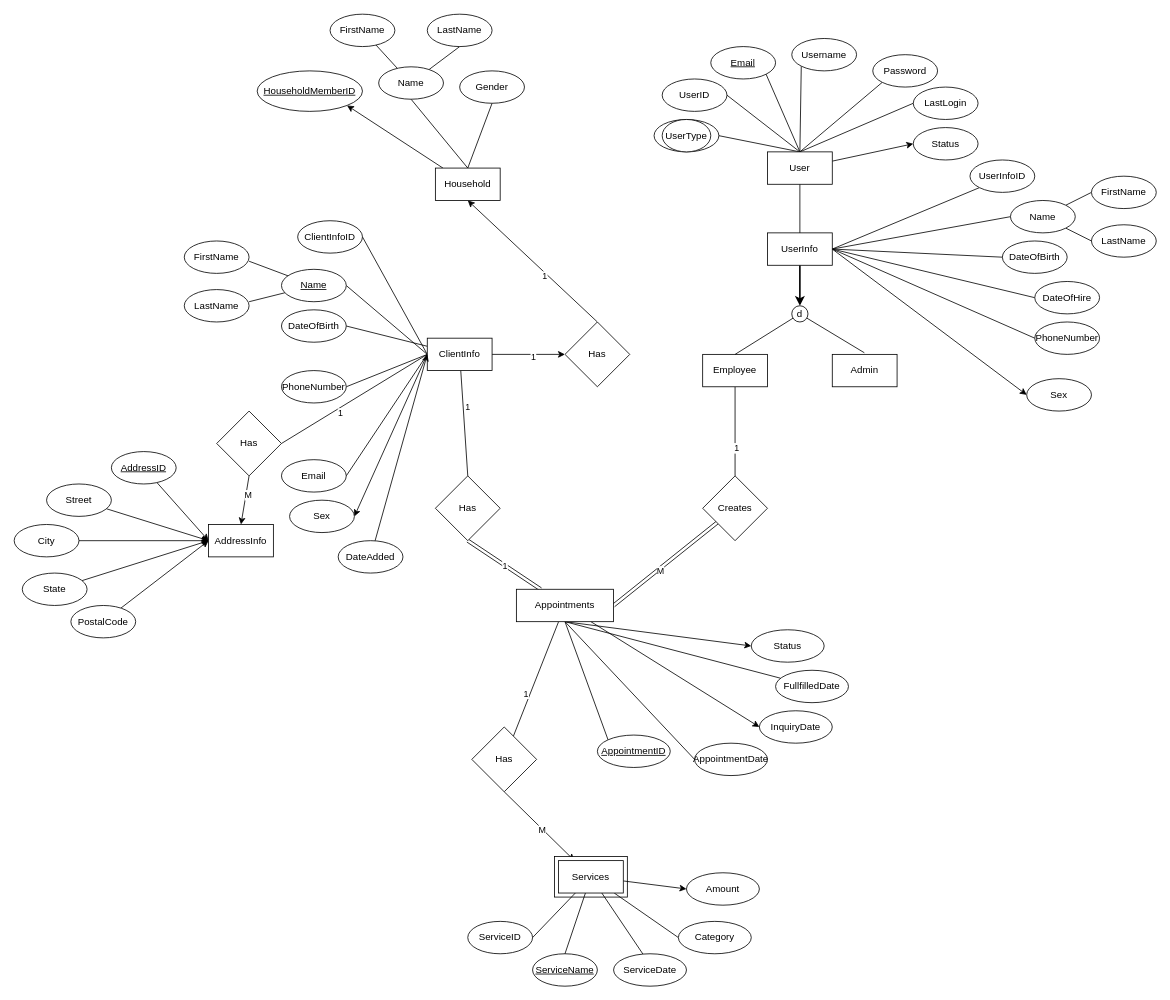
This is docs/EER Client-intake-wa.drawio from cjonikes/client-intake-wa, a draw.io file, before an edit. Source tidied: cells renumbered, new cells numbered last; positions are measured from the earlier drawing's top-left corner, leaving out a move shared by most shapes. Both pictures are drawn from the tidied source at 81%, with x=0, y=0 at pixel (14, 14).
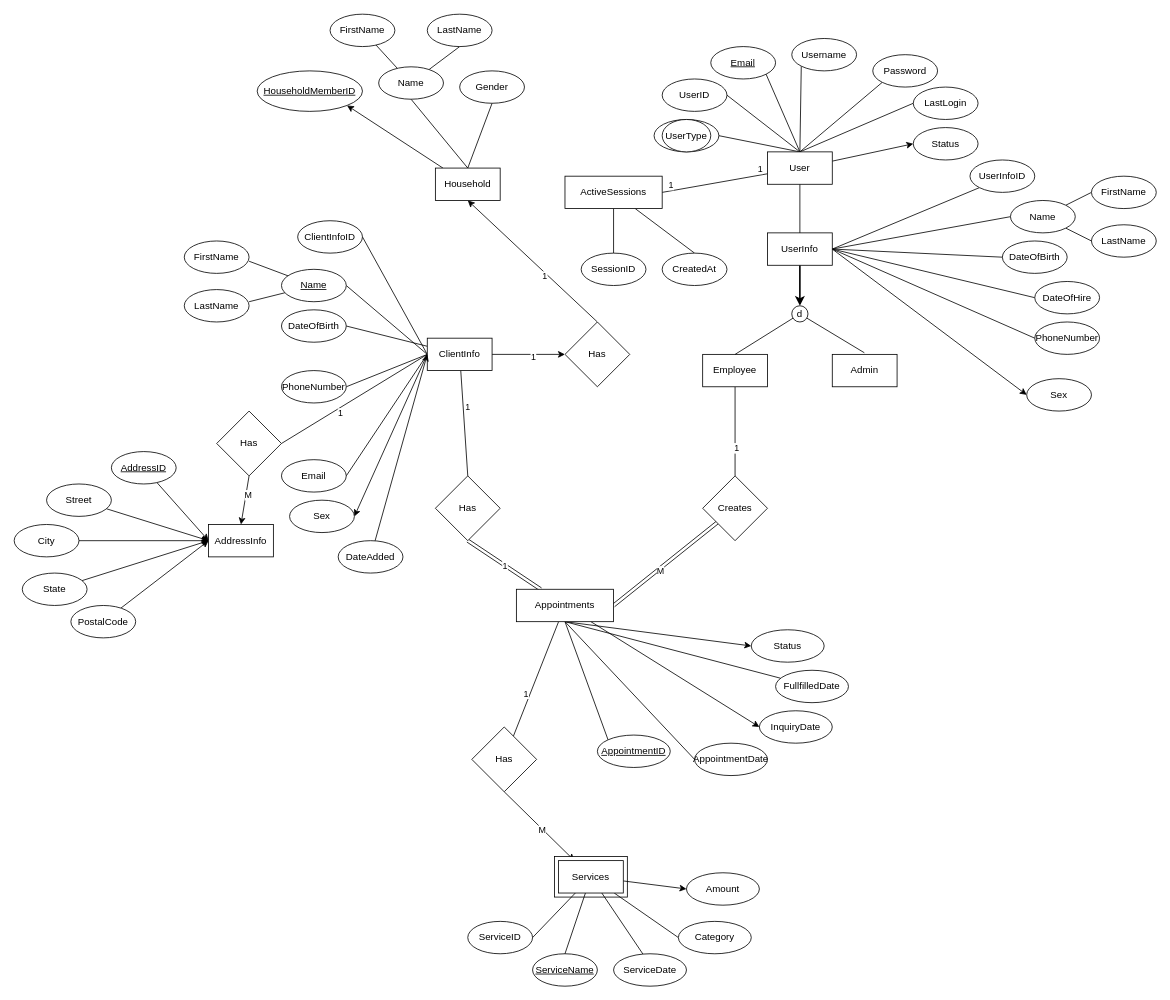
Above is the later version.

Commit message (it also covers changes not shown here):
Updated schemas to add activesessions table on db and diagrams.

The change refers to these unchanged cells:
```xml
<mxCell id="37" value="User" style="rounded=0;whiteSpace=wrap;html=1;" parent="1" vertex="1">
  <mxGeometry x="930" y="170" width="80" height="40" as="geometry" />
</mxCell>
```

Change to the diagram source:
```diff
@@
+    <mxCell id="131" style="edgeStyle=none;html=1;entryX=1;entryY=0.5;entryDx=0;entryDy=0;endArrow=none;endFill=0;" parent="1" edge="1" source="37" target="134">
+      <mxGeometry relative="1" as="geometry" />
+    </mxCell>
@@
+    <mxCell id="132" style="edgeStyle=none;html=1;entryX=0.5;entryY=0;entryDx=0;entryDy=0;endArrow=none;endFill=0;" parent="1" edge="1" source="134" target="135">
+      <mxGeometry relative="1" as="geometry" />
+    </mxCell>
+    <mxCell id="133" style="edgeStyle=none;html=1;entryX=0.5;entryY=0;entryDx=0;entryDy=0;endArrow=none;endFill=0;" parent="1" edge="1" source="134" target="136">
+      <mxGeometry relative="1" as="geometry" />
+    </mxCell>
+    <mxCell id="134" value="ActiveSessions" style="rounded=0;whiteSpace=wrap;html=1;" parent="1" vertex="1">
+      <mxGeometry x="680" y="200" width="120" height="40" as="geometry" />
+    </mxCell>
+    <mxCell id="135" value="SessionID" style="ellipse;whiteSpace=wrap;html=1;" parent="1" vertex="1">
+      <mxGeometry x="700" y="295" width="80" height="40" as="geometry" />
+    </mxCell>
+    <mxCell id="136" value="CreatedAt" style="ellipse;whiteSpace=wrap;html=1;" parent="1" vertex="1">
+      <mxGeometry x="800" y="295" width="80" height="40" as="geometry" />
+    </mxCell>
+    <mxCell id="137" value="1" style="edgeLabel;html=1;align=center;verticalAlign=middle;" parent="1" vertex="1">
+      <mxGeometry x="920" y="190" as="geometry" />
+    </mxCell>
+    <mxCell id="138" value="1" style="edgeLabel;html=1;align=center;verticalAlign=middle;" parent="1" vertex="1">
+      <mxGeometry x="810" y="210" as="geometry" />
+    </mxCell>
```
